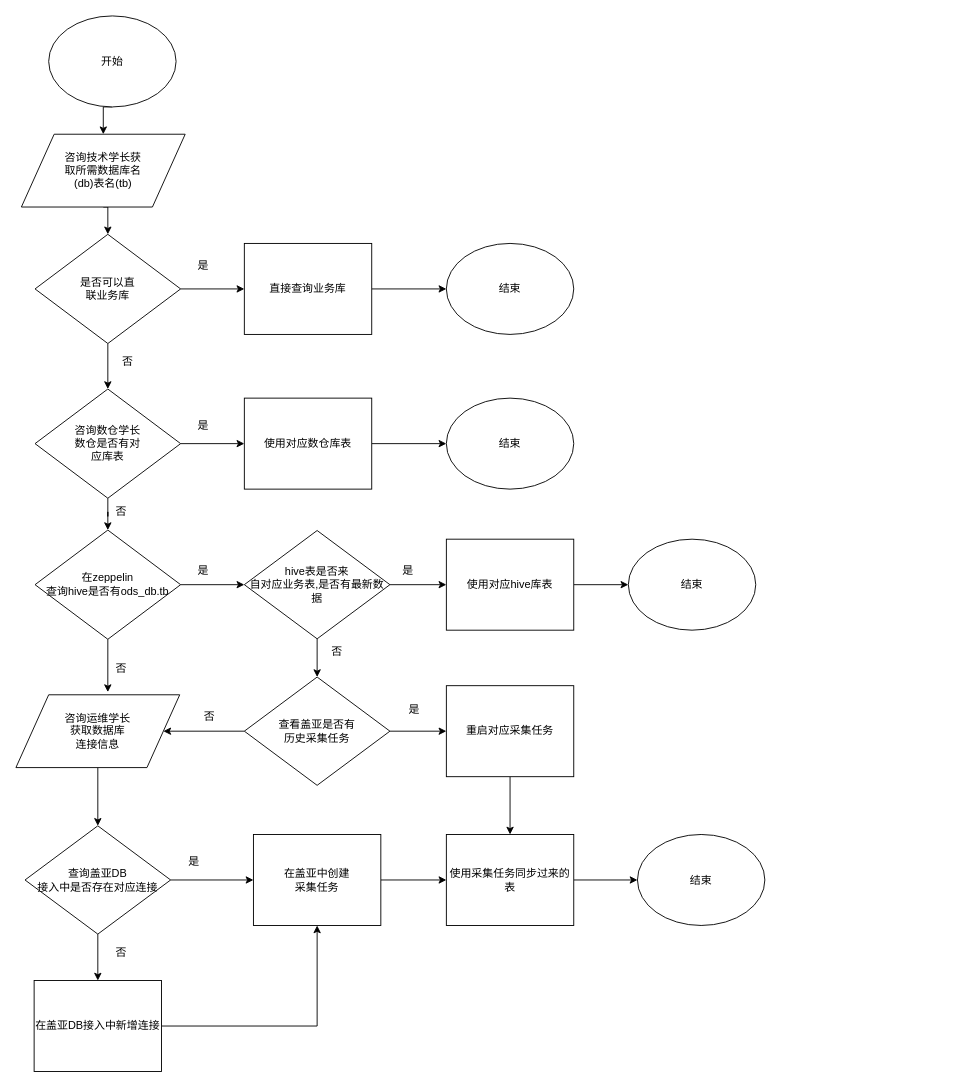
The draw.io diagram hbase.drawio in wangbin2188/draw, before the edit. Source tidied: cells renumbered, new cells numbered last; positions are measured from the earlier drawing's top-left corner, leaving out a move shared by most shapes. Both pictures are drawn from the tidied source at 91%, with x=0, y=0 at pixel (15, 15).
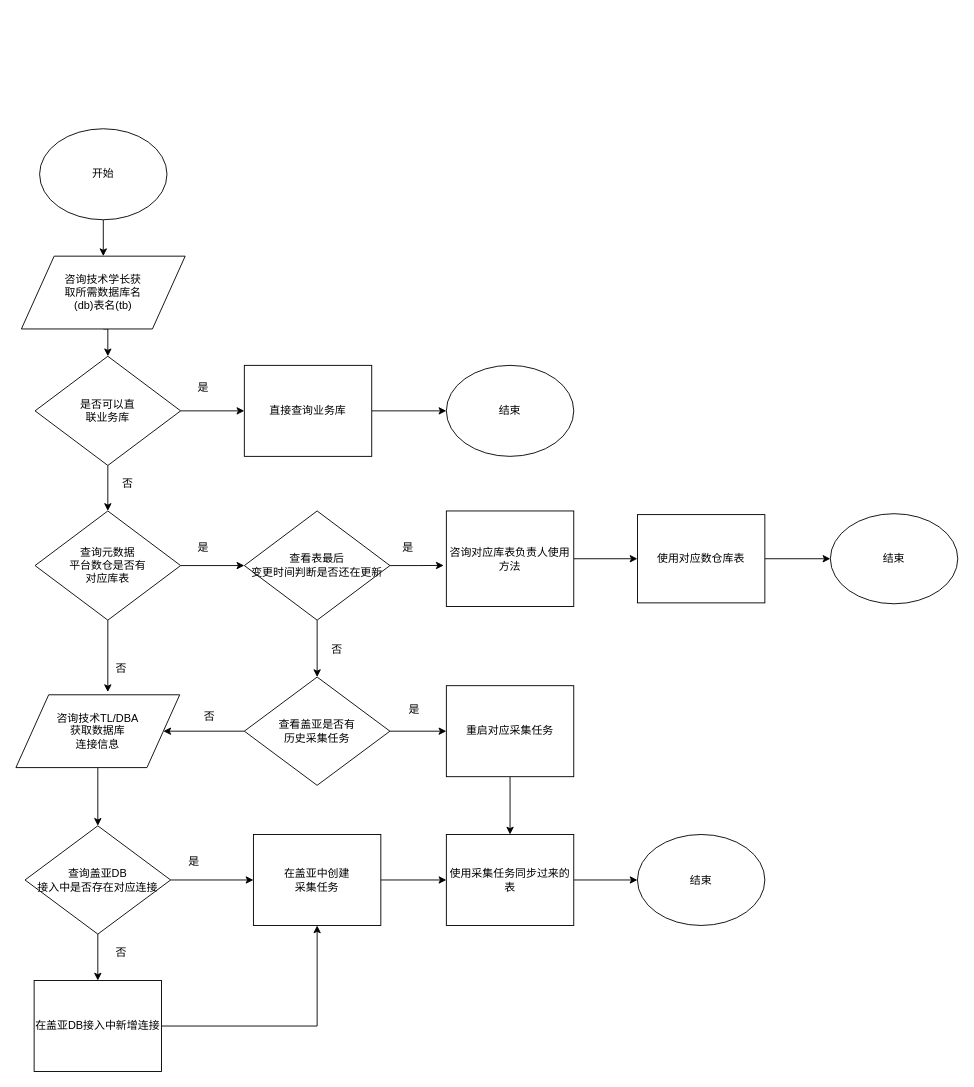
Above is the later version.

Unchanged cells that the change refers to:
```xml
<mxCell id="49" value="查看盖亚是否有&lt;br&gt;历史采集任务" style="rhombus;whiteSpace=wrap;html=1;" parent="1" vertex="1">
  <mxGeometry x="251" y="726.5" width="160" height="119" as="geometry" />
</mxCell>
```

The edit, as a diff of the source:
```diff
@@
     <mxCell id="3" value="开始" style="ellipse;whiteSpace=wrap;html=1;" parent="1" vertex="1">
-      <mxGeometry x="36" width="140" height="100" as="geometry" />
+      <mxGeometry x="26" y="124" width="140" height="100" as="geometry" />
     </mxCell>
@@
     <mxCell id="5" value="直接查询业务库" style="rounded=0;whiteSpace=wrap;html=1;" parent="1" vertex="1">
-      <mxGeometry x="251" y="250" width="140" height="100" as="geometry" />
+      <mxGeometry x="251" y="384" width="140" height="100" as="geometry" />
     </mxCell>
@@
     <mxCell id="8" value="是否可以直&lt;br&gt;联业务库" style="rhombus;whiteSpace=wrap;html=1;" parent="1" vertex="1">
-      <mxGeometry x="21" y="240" width="160" height="120" as="geometry" />
+      <mxGeometry x="21" y="374" width="160" height="120" as="geometry" />
     </mxCell>
     <mxCell id="9" value="是" style="text;html=1;strokeColor=none;fillColor=none;align=center;verticalAlign=middle;whiteSpace=wrap;rounded=0;" parent="1" vertex="1">
-      <mxGeometry x="186" y="265" width="40" height="20" as="geometry" />
+      <mxGeometry x="186" y="399" width="40" height="20" as="geometry" />
     </mxCell>
@@
     <mxCell id="11" value="使用对应数仓库表" style="rounded=0;whiteSpace=wrap;html=1;" parent="1" vertex="1">
-      <mxGeometry x="251" y="420" width="140" height="100" as="geometry" />
+      <mxGeometry x="683" y="548" width="140" height="97" as="geometry" />
     </mxCell>
     <mxCell id="12" value="否" style="text;html=1;strokeColor=none;fillColor=none;align=center;verticalAlign=middle;whiteSpace=wrap;rounded=0;" parent="1" vertex="1">
-      <mxGeometry x="103" y="370" width="40" height="20" as="geometry" />
+      <mxGeometry x="103" y="504" width="40" height="20" as="geometry" />
     </mxCell>
-    <mxCell id="13" style="edgeStyle=orthogonalEdgeStyle;rounded=0;jettySize=auto;html=1;entryX=0;entryY=0.5;entryDx=0;entryDy=0;" parent="1" edge="1" source="15" target="11">
-      <mxGeometry relative="1" as="geometry" />
-    </mxCell>
-    <mxCell id="14" style="edgeStyle=orthogonalEdgeStyle;rounded=0;jettySize=auto;html=1;entryX=0.5;entryY=0;entryDx=0;entryDy=0;" parent="1" edge="1" source="15" target="21">
-      <mxGeometry relative="1" as="geometry" />
-    </mxCell>
+    <mxCell id="56" style="edgeStyle=orthogonalEdgeStyle;rounded=0;jettySize=auto;html=1;entryX=0;entryY=0.5;entryDx=0;entryDy=0;" parent="1" edge="1" source="15" target="61">
+      <mxGeometry relative="1" as="geometry" />
+    </mxCell>
-    <mxCell id="15" value="咨询数仓学长&lt;br&gt;数仓是否有对&lt;br&gt;应库表" style="rhombus;whiteSpace=wrap;html=1;" parent="1" vertex="1">
-      <mxGeometry x="21" y="410" width="160" height="120" as="geometry" />
+    <mxCell id="15" value="查询元数据&lt;br&gt;平台数仓是否有&lt;br&gt;对应库表" style="rhombus;whiteSpace=wrap;html=1;" parent="1" vertex="1">
+      <mxGeometry x="21" y="544" width="160" height="120" as="geometry" />
     </mxCell>
     <mxCell id="16" value="结束" style="ellipse;whiteSpace=wrap;html=1;" parent="1" vertex="1">
-      <mxGeometry x="473" y="250" width="140" height="100" as="geometry" />
+      <mxGeometry x="473" y="384" width="140" height="100" as="geometry" />
     </mxCell>
     <mxCell id="17" value="结束" style="ellipse;whiteSpace=wrap;html=1;" parent="1" vertex="1">
-      <mxGeometry x="473" y="420" width="140" height="100" as="geometry" />
+      <mxGeometry x="895" y="547" width="140" height="99" as="geometry" />
     </mxCell>
     <mxCell id="18" value="是" style="text;html=1;strokeColor=none;fillColor=none;align=center;verticalAlign=middle;whiteSpace=wrap;rounded=0;" parent="1" vertex="1">
-      <mxGeometry x="186" y="440" width="40" height="20" as="geometry" />
+      <mxGeometry x="186" y="574" width="40" height="20" as="geometry" />
     </mxCell>
-    <mxCell id="19" style="edgeStyle=orthogonalEdgeStyle;rounded=0;jettySize=auto;html=1;exitX=1;exitY=0.5;exitDx=0;exitDy=0;entryX=0;entryY=0.5;entryDx=0;entryDy=0;" parent="1" edge="1" source="21" target="28">
-      <mxGeometry relative="1" as="geometry" />
-    </mxCell>
-    <mxCell id="20" style="edgeStyle=orthogonalEdgeStyle;rounded=0;jettySize=auto;html=1;exitX=0.5;exitY=1;exitDx=0;exitDy=0;entryX=0.561;entryY=-0.037;entryDx=0;entryDy=0;entryPerimeter=0;" parent="1" edge="1" source="21" target="33">
+    <mxCell id="20" style="edgeStyle=orthogonalEdgeStyle;rounded=0;jettySize=auto;html=1;exitX=0.5;exitY=1;exitDx=0;exitDy=0;entryX=0.561;entryY=-0.037;entryDx=0;entryDy=0;entryPerimeter=0;" parent="1" edge="1" source="15" target="33">
       <mxGeometry relative="1" as="geometry" />
     </mxCell>
-    <mxCell id="21" value="在zeppelin&lt;br&gt;查询hive是否有ods_db.tb" style="rhombus;whiteSpace=wrap;html=1;" parent="1" vertex="1">
-      <mxGeometry x="21" y="565" width="160" height="120" as="geometry" />
-    </mxCell>
-    <mxCell id="22" value="是" style="text;html=1;strokeColor=none;fillColor=none;align=center;verticalAlign=middle;whiteSpace=wrap;rounded=0;" parent="1" vertex="1">
-      <mxGeometry x="186" y="600" width="40" height="20" as="geometry" />
-    </mxCell>
@@
     <mxCell id="24" value="&lt;span&gt;咨询技术学长获&lt;br&gt;取所需数据库名&lt;br&gt;(db)表名(tb)&lt;/span&gt;" style="shape=parallelogram;perimeter=parallelogramPerimeter;whiteSpace=wrap;html=1;" parent="1" vertex="1">
-      <mxGeometry x="6" y="130" width="180" height="80" as="geometry" />
+      <mxGeometry x="6" y="264" width="180" height="80" as="geometry" />
     </mxCell>
-    <mxCell id="25" value="否" style="text;html=1;strokeColor=none;fillColor=none;align=center;verticalAlign=middle;whiteSpace=wrap;rounded=0;" parent="1" vertex="1">
-      <mxGeometry x="96" y="535" width="40" height="20" as="geometry" />
-    </mxCell>
-    <mxCell id="26" style="edgeStyle=orthogonalEdgeStyle;rounded=0;jettySize=auto;html=1;exitX=1;exitY=0.5;exitDx=0;exitDy=0;entryX=0;entryY=0.5;entryDx=0;entryDy=0;" parent="1" edge="1" source="28" target="30">
-      <mxGeometry relative="1" as="geometry" />
-    </mxCell>
-    <mxCell id="27" style="edgeStyle=orthogonalEdgeStyle;rounded=0;jettySize=auto;html=1;exitX=0.5;exitY=1;exitDx=0;exitDy=0;entryX=0.5;entryY=0;entryDx=0;entryDy=0;" parent="1" edge="1" source="28" target="49">
-      <mxGeometry relative="1" as="geometry" />
-    </mxCell>
-    <mxCell id="28" value="hive表是否来&lt;br&gt;自对应业务表,是否有最新数据" style="rhombus;whiteSpace=wrap;html=1;" parent="1" vertex="1">
-      <mxGeometry x="251" y="565.5" width="160" height="119" as="geometry" />
-    </mxCell>
-    <mxCell id="29" style="edgeStyle=orthogonalEdgeStyle;rounded=0;jettySize=auto;html=1;exitX=1;exitY=0.5;exitDx=0;exitDy=0;entryX=0;entryY=0.5;entryDx=0;entryDy=0;" parent="1" edge="1" source="30" target="31">
-      <mxGeometry relative="1" as="geometry" />
-    </mxCell>
-    <mxCell id="30" value="使用对应hive库表" style="rounded=0;whiteSpace=wrap;html=1;" parent="1" vertex="1">
-      <mxGeometry x="473" y="575" width="140" height="100" as="geometry" />
-    </mxCell>
-    <mxCell id="31" value="结束" style="ellipse;whiteSpace=wrap;html=1;" parent="1" vertex="1">
-      <mxGeometry x="673" y="575" width="140" height="100" as="geometry" />
-    </mxCell>
@@
-    <mxCell id="33" value="&lt;span&gt;咨询运维学长&lt;br&gt;获取数据库&lt;br&gt;连接信息&lt;/span&gt;" style="shape=parallelogram;perimeter=parallelogramPerimeter;whiteSpace=wrap;html=1;" parent="1" vertex="1">
+    <mxCell id="33" value="&lt;span&gt;咨询技术TL/DBA&lt;br&gt;获取数据库&lt;br&gt;连接信息&lt;/span&gt;" style="shape=parallelogram;perimeter=parallelogramPerimeter;whiteSpace=wrap;html=1;" parent="1" vertex="1">
       <mxGeometry y="746" width="180" height="80" as="geometry" />
     </mxCell>
@@
-    <mxCell id="46" value="是" style="text;html=1;strokeColor=none;fillColor=none;align=center;verticalAlign=middle;whiteSpace=wrap;rounded=0;" parent="1" vertex="1">
-      <mxGeometry x="411" y="600" width="40" height="20" as="geometry" />
-    </mxCell>
@@
-    <mxCell id="50" value="否" style="text;html=1;strokeColor=none;fillColor=none;align=center;verticalAlign=middle;whiteSpace=wrap;rounded=0;" parent="1" vertex="1">
-      <mxGeometry x="333" y="689" width="40" height="20" as="geometry" />
-    </mxCell>
@@
+    <mxCell id="57" style="edgeStyle=orthogonalEdgeStyle;rounded=0;jettySize=auto;html=1;entryX=0;entryY=0.5;entryDx=0;entryDy=0;" parent="1" edge="1" source="58" target="11">
+      <mxGeometry relative="1" as="geometry" />
+    </mxCell>
+    <mxCell id="58" value="咨询对应库表负责人使用方法" style="rounded=0;whiteSpace=wrap;html=1;" parent="1" vertex="1">
+      <mxGeometry x="473" y="544" width="140" height="105" as="geometry" />
+    </mxCell>
+    <mxCell id="59" style="edgeStyle=orthogonalEdgeStyle;rounded=0;jettySize=auto;html=1;entryX=-0.021;entryY=0.57;entryDx=0;entryDy=0;entryPerimeter=0;" parent="1" edge="1" source="61" target="58">
+      <mxGeometry relative="1" as="geometry" />
+    </mxCell>
+    <mxCell id="60" style="edgeStyle=orthogonalEdgeStyle;rounded=0;jettySize=auto;html=1;entryX=0.5;entryY=0;entryDx=0;entryDy=0;" parent="1" edge="1" source="61" target="49">
+      <mxGeometry relative="1" as="geometry" />
+    </mxCell>
+    <mxCell id="61" value="查看表最后&lt;br&gt;变更时间判断是否还在更新" style="rhombus;whiteSpace=wrap;html=1;" parent="1" vertex="1">
+      <mxGeometry x="251" y="544" width="160" height="120" as="geometry" />
+    </mxCell>
+    <mxCell id="62" value="是" style="text;html=1;strokeColor=none;fillColor=none;align=center;verticalAlign=middle;whiteSpace=wrap;rounded=0;" parent="1" vertex="1">
+      <mxGeometry x="411" y="574" width="40" height="20" as="geometry" />
+    </mxCell>
+    <mxCell id="63" value="否" style="text;html=1;strokeColor=none;fillColor=none;align=center;verticalAlign=middle;whiteSpace=wrap;rounded=0;" parent="1" vertex="1">
+      <mxGeometry x="333" y="686.5" width="40" height="20" as="geometry" />
+    </mxCell>
```
